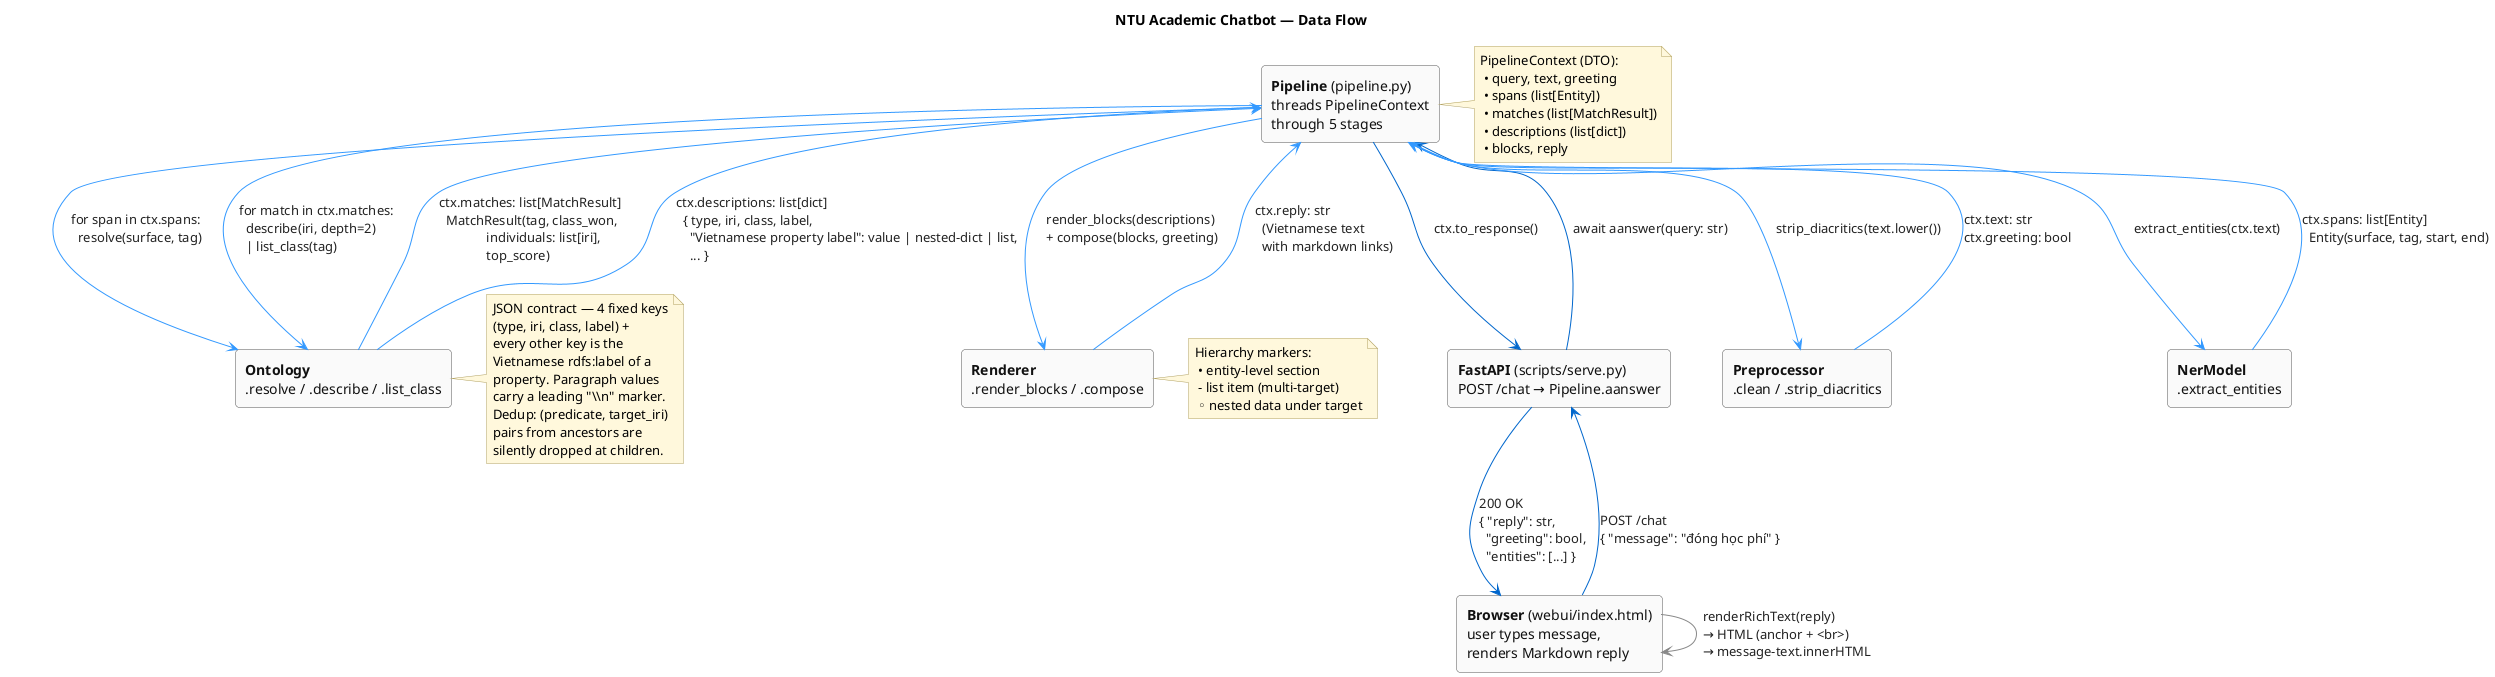
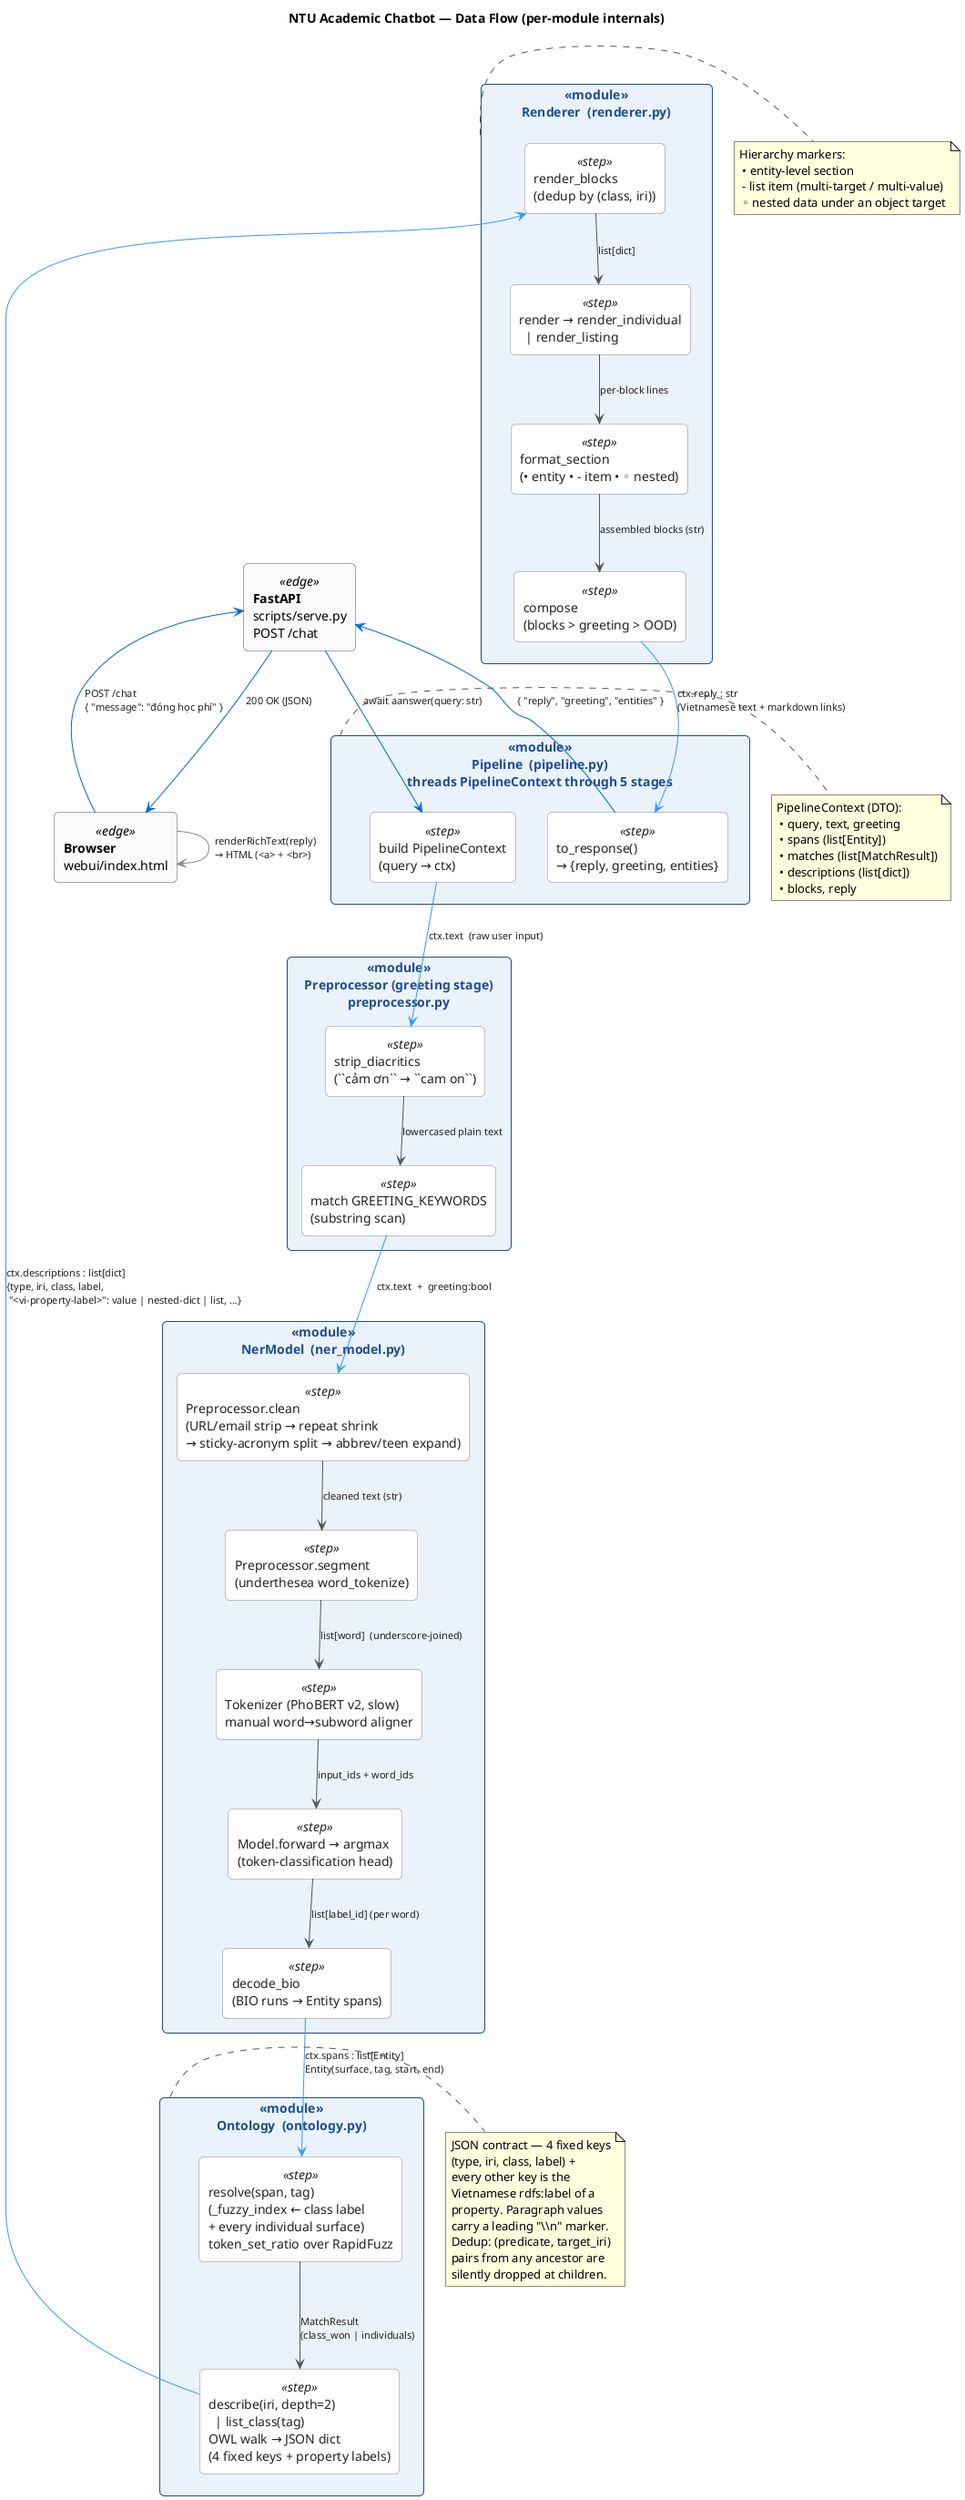
@startuml ontchatbot-data-flow
- ' Data flow from browser → backend modules → back to browser.
- ' One arrow per hop, each annotated with the DTO shape it carries.
- ' Reading top-to-bottom matches the order of execution.
+ ' Data flow as it actually moves through each module's internal stages.
+ ' Outer rectangle = a module (a top-level singleton); inner rectangle = a
+ ' real step inside that module. Edge labels carry the *shape of the data*
+ ' arriving at the next step, so reading top-to-bottom matches one /chat
+ ' request from the user's keystroke to the rendered reply.

- title NTU Academic Chatbot — Data Flow
+ title NTU Academic Chatbot — Data Flow (per-module internals)

skinparam defaultTextAlignment left
skinparam shadowing false
skinparam backgroundColor #FFFFFF
- skinparam ArrowColor #444
+ skinparam ArrowColor #555
skinparam ArrowFontColor #222
+ skinparam ArrowFontSize 11
skinparam rectangle {
-     BackgroundColor #FAFAFA
-     BorderColor #555
-     FontColor #111
-     RoundCorner 8
- }
- skinparam note {
-     BackgroundColor #FFF8DC
-     BorderColor #B0A060
+     BackgroundColor<<module>>  #EAF2FB
+     BorderColor<<module>>      #1F4E8C
+     FontColor<<module>>        #1F4E8C
+     FontStyle<<module>>        bold
+     BackgroundColor<<step>>    #FFFFFF
+     BorderColor<<step>>        #888
+     FontColor<<step>>          #222
+     BackgroundColor<<edge>>    #FAFAFA
+     BorderColor<<edge>>        #555
+     RoundCorner                10
}

- ' === Browser layer ===
- rectangle "**Browser** (webui/index.html)\nuser types message,\nrenders Markdown reply" as UI
+ ' ==========================================================
+ ' Edge nodes — Browser & FastAPI shell
+ ' ==========================================================
+ rectangle "**Browser**\nwebui/index.html" as UI <<edge>>
+ rectangle "**FastAPI**\nscripts/serve.py\nPOST /chat" as API <<edge>>

- ' === FastAPI layer ===
- rectangle "**FastAPI** (scripts/serve.py)\nPOST /chat → Pipeline.aanswer" as API
+ ' ==========================================================
+ ' Pipeline — the orchestrator that threads PipelineContext
+ ' through every other module in order.
+ ' ==========================================================
+ rectangle "**Pipeline**  (pipeline.py)\nthreads PipelineContext through 5 stages" as PIPE <<module>> {
+     rectangle "build PipelineContext\n(query → ctx)" as PIPE_INIT <<step>>
+     rectangle "to_response()\n→ {reply, greeting, entities}" as PIPE_OUT <<step>>
+ }

- ' === Orchestration ===
- rectangle "**Pipeline** (pipeline.py)\nthreads PipelineContext\nthrough 5 stages" as PIPE
+ ' ==========================================================
+ ' Preprocessor — used twice: greeting heuristic in Pipeline,
+ ' AND the full clean()+segment() chain inside NerModel before
+ ' tokenisation.
+ ' ==========================================================
+ rectangle "**Preprocessor (greeting stage)**\npreprocessor.py" as PRE_G <<module>> {
+     rectangle "strip_diacritics\n(``cảm ơn`` → ``cam on``)" as PRE_G_STRIP <<step>>
+     rectangle "match GREETING_KEYWORDS\n(substring scan)" as PRE_G_MATCH <<step>>
+     PRE_G_STRIP -down-> PRE_G_MATCH : lowercased plain text
+ }

- ' === OOP modules ===
- rectangle "**Preprocessor**\n.clean / .strip_diacritics" as PRE
- rectangle "**NerModel**\n.extract_entities" as NER
- rectangle "**Ontology**\n.resolve / .describe / .list_class" as ONTO
- rectangle "**Renderer**\n.render_blocks / .compose" as REND
+ ' ==========================================================
+ ' NerModel — PhoBERT NER. Calls Preprocessor.clean / segment
+ ' as its own first stages, then tokenizes, runs the model,
+ ' and decodes BIO into Entity dataclasses.
+ ' ==========================================================
+ rectangle "**NerModel**  (ner_model.py)" as NER <<module>> {
+     rectangle "Preprocessor.clean\n(URL/email strip → repeat shrink\n→ sticky-acronym split → abbrev/teen expand)" as NER_CLEAN <<step>>
+     rectangle "Preprocessor.segment\n(underthesea word_tokenize)" as NER_SEG <<step>>
+     rectangle "Tokenizer (PhoBERT v2, slow)\nmanual word→subword aligner" as NER_TOK <<step>>
+     rectangle "Model.forward → argmax\n(token-classification head)" as NER_FWD <<step>>
+     rectangle "decode_bio\n(BIO runs → Entity spans)" as NER_DEC <<step>>
+     NER_CLEAN -down-> NER_SEG : cleaned text (str)
+     NER_SEG   -down-> NER_TOK : list[word]  (underscore-joined)
+     NER_TOK   -down-> NER_FWD : input_ids + word_ids
+     NER_FWD   -down-> NER_DEC : list[label_id] (per word)
+ }

- ' === Hop-by-hop (top → bottom) ===
- UI       -[#0066CC]-> API   : POST /chat\n{ "message": "đóng học phí" }
- API      -[#0066CC]-> PIPE  : await aanswer(query: str)
+ ' ==========================================================
+ ' Ontology — owlready2 repository. Either fuzzy-resolves a
+ ' span to individuals OR (when class-level) lists all
+ ' instances; describe() then walks the OWL into a JSON dict.
+ ' ==========================================================
+ rectangle "**Ontology**  (ontology.py)" as ONTO <<module>> {
+     rectangle "resolve(span, tag)\n(_fuzzy_index ← class label\n+ every individual surface)\ntoken_set_ratio over RapidFuzz" as ONTO_RES <<step>>
+     rectangle "describe(iri, depth=2)\n  | list_class(tag)\nOWL walk → JSON dict\n(4 fixed keys + property labels)" as ONTO_DESC <<step>>
+     ONTO_RES -down-> ONTO_DESC : MatchResult\n(class_won | individuals)
+ }

- PIPE     -[#3399FF]-> PRE   : strip_diacritics(text.lower())
- PRE      -[#3399FF]-> PIPE  : ctx.text: str\nctx.greeting: bool
+ ' ==========================================================
+ ' Renderer — JSON dict → Vietnamese chat text. No owlready2.
+ ' Three markers (•, -, ◦) carry the visual hierarchy.
+ ' ==========================================================
+ rectangle "**Renderer**  (renderer.py)" as REND <<module>> {
+     rectangle "render_blocks\n(dedup by (class, iri))" as REND_BLK <<step>>
+     rectangle "render → render_individual\n  | render_listing" as REND_REND <<step>>
+     rectangle "format_section\n(• entity • - item • ◦ nested)" as REND_FMT <<step>>
+     rectangle "compose\n(blocks > greeting > OOD)" as REND_CMP <<step>>
+     REND_BLK  -down-> REND_REND : list[dict]
+     REND_REND -down-> REND_FMT  : per-block lines
+     REND_FMT  -down-> REND_CMP  : assembled blocks (str)
+ }

- PIPE     -[#3399FF]-> NER   : extract_entities(ctx.text)
- NER      -[#3399FF]-> PIPE  : ctx.spans: list[Entity]\n  Entity(surface, tag, start, end)
+ ' ==========================================================
+ ' Inter-module hops — top-to-bottom timeline of one /chat
+ ' request. Edge labels carry the actual data shape that
+ ' arrives at the next module.
+ ' ==========================================================
+ UI       -[#0066CC]->     API        : POST /chat\n{ "message": "đóng học phí" }
+ API      -[#0066CC]->     PIPE_INIT  : await aanswer(query: str)

- PIPE     -[#3399FF]-> ONTO  : for span in ctx.spans:\n  resolve(surface, tag)
- ONTO     -[#3399FF]-> PIPE  : ctx.matches: list[MatchResult]\n  MatchResult(tag, class_won,\n              individuals: list[iri],\n              top_score)
+ PIPE_INIT -[#3399FF]->    PRE_G_STRIP : ctx.text  (raw user input)
+ PRE_G_MATCH -[#3399FF]->  NER_CLEAN   : ctx.text  +  greeting:bool

- PIPE     -[#3399FF]-> ONTO  : for match in ctx.matches:\n  describe(iri, depth=2)\n  | list_class(tag)
- ONTO     -[#3399FF]-> PIPE  : ctx.descriptions: list[dict]\n  { type, iri, class, label,\n    "Vietnamese property label": value | nested-dict | list,\n    ... }
+ NER_DEC  -[#3399FF]->     ONTO_RES    : ctx.spans : list[Entity]\nEntity(surface, tag, start, end)

- PIPE     -[#3399FF]-> REND  : render_blocks(descriptions)\n+ compose(blocks, greeting)
- REND     -[#3399FF]-> PIPE  : ctx.reply: str\n  (Vietnamese text\n  with markdown links)
+ ONTO_DESC -[#3399FF]->    REND_BLK    : ctx.descriptions : list[dict]\n{type, iri, class, label,\n "<vi-property-label>": value | nested-dict | list, …}

- PIPE     -[#0066CC]-> API   : ctx.to_response()
- API      -[#0066CC]-> UI    : 200 OK\n{ "reply": str,\n  "greeting": bool,\n  "entities": [...] }
+ REND_CMP -[#3399FF]->     PIPE_OUT    : ctx.reply : str\n(Vietnamese text + markdown links)

- UI       -[#888]-> UI       : renderRichText(reply)\n→ HTML (anchor + <br>)\n→ message-text.innerHTML
+ PIPE_OUT -[#0066CC]->     API         : { "reply", "greeting", "entities" }
+ API      -[#0066CC]->     UI          : 200 OK (JSON)
+ UI       -[#888]->        UI          : renderRichText(reply)\n→ HTML (<a> + <br>)

- ' === Diagrammatic notes ===
+ ' ==========================================================
+ ' Reference notes — kept terse so the diagram stays readable.
+ ' ==========================================================
note right of PIPE
  PipelineContext (DTO):
   • query, text, greeting
   • spans (list[Entity])
   • matches (list[MatchResult])
   • descriptions (list[dict])
   • blocks, reply
end note

note right of ONTO
  JSON contract — 4 fixed keys
  (type, iri, class, label) +
  every other key is the
  Vietnamese rdfs:label of a
  property. Paragraph values
  carry a leading "\\n" marker.
  Dedup: (predicate, target_iri)
-   pairs from ancestors are
+   pairs from any ancestor are
  silently dropped at children.
end note

note right of REND
  Hierarchy markers:
   • entity-level section
-    - list item (multi-target)
-    ◦ nested data under target
+    - list item (multi-target / multi-value)
+    ◦ nested data under an object target
end note

@enduml
